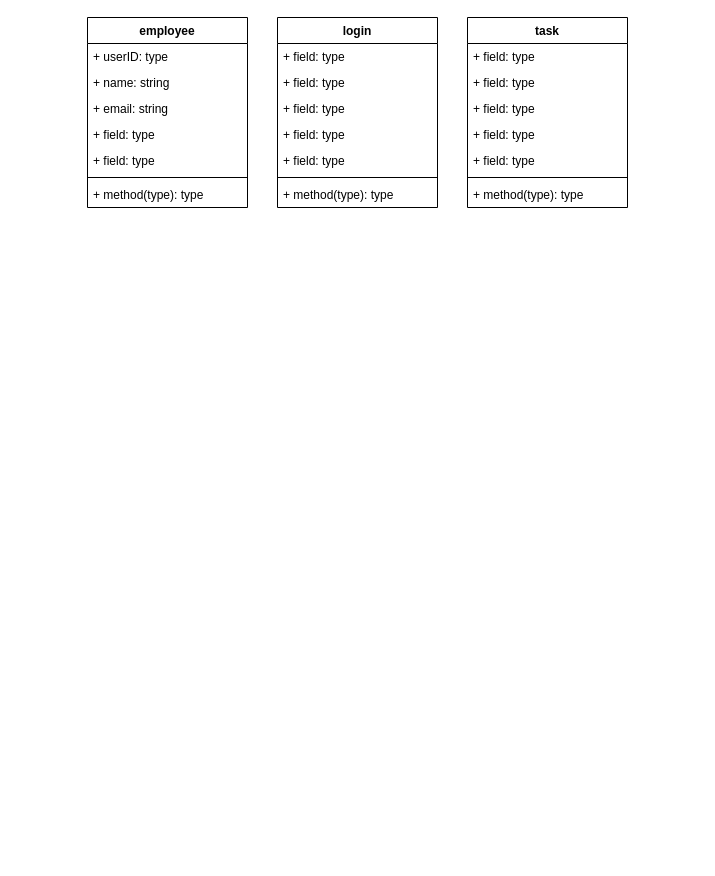
Earlier version of the draw.io diagram page "C4" (4 of 4) of C4.drawio (casecasee/SPM-G8T5). Source tidied: cells renumbered, new cells numbered last; positions are measured from the earlier drawing's top-left corner, leaving out a move shared by most shapes. Both pictures are drawn from the tidied source at 100%, with x=0, y=0 at pixel (87, 17).
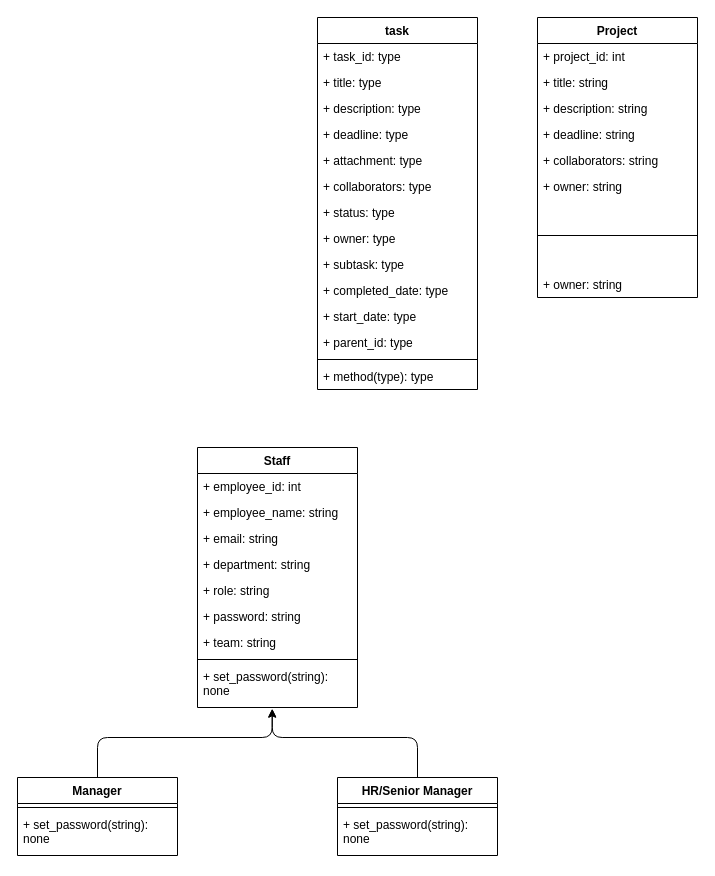
The same diagram, later.

Change to the diagram source:
```diff
@@
-    <mxCell id="2" value="login" style="swimlane;fontStyle=1;align=center;verticalAlign=top;horizontal=1;startSize=26;whiteSpace=wrap;html=1;" parent="1" vertex="1">
-      <mxGeometry x="190" width="160" height="190" as="geometry" />
-    </mxCell>
-    <mxCell id="3" value="+ field: type" style="text;strokeColor=none;fillColor=none;align=left;verticalAlign=top;spacingLeft=4;spacingRight=4;overflow=hidden;whiteSpace=wrap;html=1;" parent="2" vertex="1">
-      <mxGeometry y="26" width="160" height="26" as="geometry" />
-    </mxCell>
-    <mxCell id="4" value="+ field: type" style="text;strokeColor=none;fillColor=none;align=left;verticalAlign=top;spacingLeft=4;spacingRight=4;overflow=hidden;whiteSpace=wrap;html=1;" parent="2" vertex="1">
-      <mxGeometry y="52" width="160" height="26" as="geometry" />
-    </mxCell>
-    <mxCell id="5" value="+ field: type" style="text;strokeColor=none;fillColor=none;align=left;verticalAlign=top;spacingLeft=4;spacingRight=4;overflow=hidden;whiteSpace=wrap;html=1;" parent="2" vertex="1">
-      <mxGeometry y="78" width="160" height="26" as="geometry" />
-    </mxCell>
-    <mxCell id="6" value="+ field: type" style="text;strokeColor=none;fillColor=none;align=left;verticalAlign=top;spacingLeft=4;spacingRight=4;overflow=hidden;whiteSpace=wrap;html=1;" parent="2" vertex="1">
-      <mxGeometry y="104" width="160" height="26" as="geometry" />
-    </mxCell>
-    <mxCell id="7" value="+ field: type" style="text;strokeColor=none;fillColor=none;align=left;verticalAlign=top;spacingLeft=4;spacingRight=4;overflow=hidden;whiteSpace=wrap;html=1;" parent="2" vertex="1">
-      <mxGeometry y="130" width="160" height="26" as="geometry" />
-    </mxCell>
-    <mxCell id="8" style="line;strokeWidth=1;fillColor=none;align=left;verticalAlign=middle;spacingTop=-1;spacingLeft=3;spacingRight=3;labelPosition=right;strokeColor=inherit;" parent="2" vertex="1">
-      <mxGeometry y="156" width="160" height="8" as="geometry" />
-    </mxCell>
-    <mxCell id="9" value="+ method(type): type" style="text;strokeColor=none;fillColor=none;align=left;verticalAlign=top;spacingLeft=4;spacingRight=4;overflow=hidden;whiteSpace=wrap;html=1;" parent="2" vertex="1">
-      <mxGeometry y="164" width="160" height="26" as="geometry" />
-    </mxCell>
-    <mxCell id="10" value="employee" style="swimlane;fontStyle=1;align=center;verticalAlign=top;horizontal=1;startSize=26;whiteSpace=wrap;html=1;" parent="1" vertex="1">
-      <mxGeometry width="160" height="190" as="geometry" />
+    <mxCell id="10" value="Staff" style="swimlane;fontStyle=1;align=center;verticalAlign=top;horizontal=1;startSize=26;whiteSpace=wrap;html=1;" parent="1" vertex="1">
+      <mxGeometry x="110" y="430" width="160" height="260" as="geometry" />
     </mxCell>
-    <mxCell id="11" value="+ userID: type" style="text;strokeColor=none;fillColor=none;align=left;verticalAlign=top;spacingLeft=4;spacingRight=4;overflow=hidden;whiteSpace=wrap;html=1;" parent="10" vertex="1">
+    <mxCell id="11" value="+ employee_id: int" style="text;strokeColor=none;fillColor=none;align=left;verticalAlign=top;spacingLeft=4;spacingRight=4;overflow=hidden;whiteSpace=wrap;html=1;" parent="10" vertex="1">
       <mxGeometry y="26" width="160" height="26" as="geometry" />
     </mxCell>
-    <mxCell id="12" value="+ name: string" style="text;strokeColor=none;fillColor=none;align=left;verticalAlign=top;spacingLeft=4;spacingRight=4;overflow=hidden;whiteSpace=wrap;html=1;" parent="10" vertex="1">
+    <mxCell id="12" value="+ employee_name: string" style="text;strokeColor=none;fillColor=none;align=left;verticalAlign=top;spacingLeft=4;spacingRight=4;overflow=hidden;whiteSpace=wrap;html=1;" parent="10" vertex="1">
       <mxGeometry y="52" width="160" height="26" as="geometry" />
     </mxCell>
@@
-    <mxCell id="14" value="+ field: type" style="text;strokeColor=none;fillColor=none;align=left;verticalAlign=top;spacingLeft=4;spacingRight=4;overflow=hidden;whiteSpace=wrap;html=1;" parent="10" vertex="1">
+    <mxCell id="14" value="+ department: string" style="text;strokeColor=none;fillColor=none;align=left;verticalAlign=top;spacingLeft=4;spacingRight=4;overflow=hidden;whiteSpace=wrap;html=1;" parent="10" vertex="1">
       <mxGeometry y="104" width="160" height="26" as="geometry" />
     </mxCell>
+    <mxCell id="26" value="+ role: string" style="text;strokeColor=none;fillColor=none;align=left;verticalAlign=top;spacingLeft=4;spacingRight=4;overflow=hidden;whiteSpace=wrap;html=1;" parent="10" vertex="1">
+      <mxGeometry y="130" width="160" height="26" as="geometry" />
+    </mxCell>
+    <mxCell id="27" value="+ password: string" style="text;strokeColor=none;fillColor=none;align=left;verticalAlign=top;spacingLeft=4;spacingRight=4;overflow=hidden;whiteSpace=wrap;html=1;" parent="10" vertex="1">
+      <mxGeometry y="156" width="160" height="26" as="geometry" />
+    </mxCell>
-    <mxCell id="15" value="+ field: type" style="text;strokeColor=none;fillColor=none;align=left;verticalAlign=top;spacingLeft=4;spacingRight=4;overflow=hidden;whiteSpace=wrap;html=1;" parent="10" vertex="1">
-      <mxGeometry y="130" width="160" height="26" as="geometry" />
+    <mxCell id="15" value="+ team: string" style="text;strokeColor=none;fillColor=none;align=left;verticalAlign=top;spacingLeft=4;spacingRight=4;overflow=hidden;whiteSpace=wrap;html=1;" parent="10" vertex="1">
+      <mxGeometry y="182" width="160" height="26" as="geometry" />
     </mxCell>
     <mxCell id="16" style="line;strokeWidth=1;fillColor=none;align=left;verticalAlign=middle;spacingTop=-1;spacingLeft=3;spacingRight=3;labelPosition=right;strokeColor=inherit;" parent="10" vertex="1">
-      <mxGeometry y="156" width="160" height="8" as="geometry" />
+      <mxGeometry y="208" width="160" height="8" as="geometry" />
     </mxCell>
-    <mxCell id="17" value="+ method(type): type" style="text;strokeColor=none;fillColor=none;align=left;verticalAlign=top;spacingLeft=4;spacingRight=4;overflow=hidden;points=[[0,0.5],[1,0.5]];portConstraint=eastwest;whiteSpace=wrap;html=1;" parent="10" vertex="1">
-      <mxGeometry y="164" width="160" height="26" as="geometry" />
+    <mxCell id="17" value="+ set_password(string): none" style="text;strokeColor=none;fillColor=none;align=left;verticalAlign=top;spacingLeft=4;spacingRight=4;overflow=hidden;points=[[0,0.5],[1,0.5]];portConstraint=eastwest;whiteSpace=wrap;html=1;" parent="10" vertex="1">
+      <mxGeometry y="216" width="160" height="44" as="geometry" />
     </mxCell>
     <mxCell id="18" value="task" style="swimlane;fontStyle=1;align=center;verticalAlign=top;horizontal=1;startSize=26;whiteSpace=wrap;html=1;" parent="1" vertex="1">
-      <mxGeometry x="380" width="160" height="190" as="geometry" />
+      <mxGeometry x="230" width="160" height="372" as="geometry" />
     </mxCell>
-    <mxCell id="19" value="+ field: type" style="text;strokeColor=none;fillColor=none;align=left;verticalAlign=top;spacingLeft=4;spacingRight=4;overflow=hidden;whiteSpace=wrap;html=1;" parent="18" vertex="1">
+    <mxCell id="19" value="+ task_id: type" style="text;strokeColor=none;fillColor=none;align=left;verticalAlign=top;spacingLeft=4;spacingRight=4;overflow=hidden;whiteSpace=wrap;html=1;" parent="18" vertex="1">
       <mxGeometry y="26" width="160" height="26" as="geometry" />
     </mxCell>
-    <mxCell id="20" value="+ field: type" style="text;strokeColor=none;fillColor=none;align=left;verticalAlign=top;spacingLeft=4;spacingRight=4;overflow=hidden;whiteSpace=wrap;html=1;" parent="18" vertex="1">
+    <mxCell id="20" value="+ title: type" style="text;strokeColor=none;fillColor=none;align=left;verticalAlign=top;spacingLeft=4;spacingRight=4;overflow=hidden;whiteSpace=wrap;html=1;" parent="18" vertex="1">
       <mxGeometry y="52" width="160" height="26" as="geometry" />
     </mxCell>
-    <mxCell id="21" value="+ field: type" style="text;strokeColor=none;fillColor=none;align=left;verticalAlign=top;spacingLeft=4;spacingRight=4;overflow=hidden;whiteSpace=wrap;html=1;" parent="18" vertex="1">
+    <mxCell id="21" value="+ description: type" style="text;strokeColor=none;fillColor=none;align=left;verticalAlign=top;spacingLeft=4;spacingRight=4;overflow=hidden;whiteSpace=wrap;html=1;" parent="18" vertex="1">
       <mxGeometry y="78" width="160" height="26" as="geometry" />
     </mxCell>
-    <mxCell id="22" value="+ field: type" style="text;strokeColor=none;fillColor=none;align=left;verticalAlign=top;spacingLeft=4;spacingRight=4;overflow=hidden;whiteSpace=wrap;html=1;" parent="18" vertex="1">
+    <mxCell id="22" value="+ deadline: type" style="text;strokeColor=none;fillColor=none;align=left;verticalAlign=top;spacingLeft=4;spacingRight=4;overflow=hidden;whiteSpace=wrap;html=1;" parent="18" vertex="1">
       <mxGeometry y="104" width="160" height="26" as="geometry" />
     </mxCell>
-    <mxCell id="23" value="+ field: type" style="text;strokeColor=none;fillColor=none;align=left;verticalAlign=top;spacingLeft=4;spacingRight=4;overflow=hidden;whiteSpace=wrap;html=1;" parent="18" vertex="1">
+    <mxCell id="23" value="+ attachment: type" style="text;strokeColor=none;fillColor=none;align=left;verticalAlign=top;spacingLeft=4;spacingRight=4;overflow=hidden;whiteSpace=wrap;html=1;" parent="18" vertex="1">
       <mxGeometry y="130" width="160" height="26" as="geometry" />
     </mxCell>
+    <mxCell id="28" value="+ collaborators: type" style="text;strokeColor=none;fillColor=none;align=left;verticalAlign=top;spacingLeft=4;spacingRight=4;overflow=hidden;whiteSpace=wrap;html=1;" parent="18" vertex="1">
+      <mxGeometry y="156" width="160" height="26" as="geometry" />
+    </mxCell>
+    <mxCell id="29" value="+ status: type" style="text;strokeColor=none;fillColor=none;align=left;verticalAlign=top;spacingLeft=4;spacingRight=4;overflow=hidden;whiteSpace=wrap;html=1;" parent="18" vertex="1">
+      <mxGeometry y="182" width="160" height="26" as="geometry" />
+    </mxCell>
+    <mxCell id="30" value="+ owner: type" style="text;strokeColor=none;fillColor=none;align=left;verticalAlign=top;spacingLeft=4;spacingRight=4;overflow=hidden;whiteSpace=wrap;html=1;" parent="18" vertex="1">
+      <mxGeometry y="208" width="160" height="26" as="geometry" />
+    </mxCell>
+    <mxCell id="31" value="+ subtask: type" style="text;strokeColor=none;fillColor=none;align=left;verticalAlign=top;spacingLeft=4;spacingRight=4;overflow=hidden;whiteSpace=wrap;html=1;" parent="18" vertex="1">
+      <mxGeometry y="234" width="160" height="26" as="geometry" />
+    </mxCell>
+    <mxCell id="32" value="+ completed_date: type" style="text;strokeColor=none;fillColor=none;align=left;verticalAlign=top;spacingLeft=4;spacingRight=4;overflow=hidden;whiteSpace=wrap;html=1;" parent="18" vertex="1">
+      <mxGeometry y="260" width="160" height="26" as="geometry" />
+    </mxCell>
+    <mxCell id="33" value="+ start_date: type" style="text;strokeColor=none;fillColor=none;align=left;verticalAlign=top;spacingLeft=4;spacingRight=4;overflow=hidden;whiteSpace=wrap;html=1;" parent="18" vertex="1">
+      <mxGeometry y="286" width="160" height="26" as="geometry" />
+    </mxCell>
+    <mxCell id="34" value="+ parent_id: type" style="text;strokeColor=none;fillColor=none;align=left;verticalAlign=top;spacingLeft=4;spacingRight=4;overflow=hidden;whiteSpace=wrap;html=1;" parent="18" vertex="1">
+      <mxGeometry y="312" width="160" height="26" as="geometry" />
+    </mxCell>
     <mxCell id="24" style="line;strokeWidth=1;fillColor=none;align=left;verticalAlign=middle;spacingTop=-1;spacingLeft=3;spacingRight=3;labelPosition=right;strokeColor=inherit;" parent="18" vertex="1">
-      <mxGeometry y="156" width="160" height="8" as="geometry" />
+      <mxGeometry y="338" width="160" height="8" as="geometry" />
     </mxCell>
     <mxCell id="25" value="+ method(type): type" style="text;strokeColor=none;fillColor=none;align=left;verticalAlign=top;spacingLeft=4;spacingRight=4;overflow=hidden;whiteSpace=wrap;html=1;" parent="18" vertex="1">
-      <mxGeometry y="164" width="160" height="26" as="geometry" />
+      <mxGeometry y="346" width="160" height="26" as="geometry" />
     </mxCell>
+    <mxCell id="35" value="Project" style="swimlane;fontStyle=1;align=center;verticalAlign=top;horizontal=1;startSize=26;whiteSpace=wrap;html=1;" parent="1" vertex="1">
+      <mxGeometry x="450" width="160" height="280" as="geometry" />
+    </mxCell>
+    <mxCell id="36" value="+ project_id: int" style="text;strokeColor=none;fillColor=none;align=left;verticalAlign=top;spacingLeft=4;spacingRight=4;overflow=hidden;whiteSpace=wrap;html=1;" parent="35" vertex="1">
+      <mxGeometry y="26" width="160" height="26" as="geometry" />
+    </mxCell>
+    <mxCell id="37" value="+ title: string" style="text;strokeColor=none;fillColor=none;align=left;verticalAlign=top;spacingLeft=4;spacingRight=4;overflow=hidden;whiteSpace=wrap;html=1;" parent="35" vertex="1">
+      <mxGeometry y="52" width="160" height="26" as="geometry" />
+    </mxCell>
+    <mxCell id="38" value="+ description: string" style="text;strokeColor=none;fillColor=none;align=left;verticalAlign=top;spacingLeft=4;spacingRight=4;overflow=hidden;whiteSpace=wrap;html=1;" parent="35" vertex="1">
+      <mxGeometry y="78" width="160" height="26" as="geometry" />
+    </mxCell>
+    <mxCell id="39" value="+ deadline: string" style="text;strokeColor=none;fillColor=none;align=left;verticalAlign=top;spacingLeft=4;spacingRight=4;overflow=hidden;whiteSpace=wrap;html=1;" parent="35" vertex="1">
+      <mxGeometry y="104" width="160" height="26" as="geometry" />
+    </mxCell>
+    <mxCell id="40" value="+ collaborators: string" style="text;strokeColor=none;fillColor=none;align=left;verticalAlign=top;spacingLeft=4;spacingRight=4;overflow=hidden;whiteSpace=wrap;html=1;" parent="35" vertex="1">
+      <mxGeometry y="130" width="160" height="26" as="geometry" />
+    </mxCell>
+    <mxCell id="41" value="+ owner: string" style="text;strokeColor=none;fillColor=none;align=left;verticalAlign=top;spacingLeft=4;spacingRight=4;overflow=hidden;whiteSpace=wrap;html=1;" parent="35" vertex="1">
+      <mxGeometry y="156" width="160" height="26" as="geometry" />
+    </mxCell>
+    <mxCell id="42" style="line;strokeWidth=1;fillColor=none;align=left;verticalAlign=middle;spacingTop=-1;spacingLeft=3;spacingRight=3;labelPosition=right;strokeColor=inherit;" parent="35" vertex="1">
+      <mxGeometry y="182" width="160" height="72" as="geometry" />
+    </mxCell>
+    <mxCell id="43" value="+ owner: string" style="text;strokeColor=none;fillColor=none;align=left;verticalAlign=top;spacingLeft=4;spacingRight=4;overflow=hidden;whiteSpace=wrap;html=1;" parent="35" vertex="1">
+      <mxGeometry y="254" width="160" height="26" as="geometry" />
+    </mxCell>
+    <mxCell id="44" style="edgeStyle=orthogonalEdgeStyle;html=1;exitX=0.5;exitY=0;exitDx=0;exitDy=0;entryX=0.467;entryY=1.027;entryDx=0;entryDy=0;entryPerimeter=0;" parent="1" edge="1" source="45" target="17">
+      <mxGeometry relative="1" as="geometry">
+        <Array as="points">
+          <mxPoint x="10" y="720" />
+          <mxPoint x="185" y="720" />
+        </Array>
+      </mxGeometry>
+    </mxCell>
+    <mxCell id="45" value="Manager" style="swimlane;fontStyle=1;align=center;verticalAlign=top;horizontal=1;startSize=26;whiteSpace=wrap;html=1;" parent="1" vertex="1">
+      <mxGeometry x="-70" y="760" width="160" height="78" as="geometry" />
+    </mxCell>
+    <mxCell id="46" style="line;strokeWidth=1;fillColor=none;align=left;verticalAlign=middle;spacingTop=-1;spacingLeft=3;spacingRight=3;labelPosition=right;strokeColor=inherit;" parent="45" vertex="1">
+      <mxGeometry y="26" width="160" height="8" as="geometry" />
+    </mxCell>
+    <mxCell id="47" value="+ set_password(string): none" style="text;strokeColor=none;fillColor=none;align=left;verticalAlign=top;spacingLeft=4;spacingRight=4;overflow=hidden;whiteSpace=wrap;html=1;" parent="45" vertex="1">
+      <mxGeometry y="34" width="160" height="44" as="geometry" />
+    </mxCell>
+    <mxCell id="48" style="edgeStyle=orthogonalEdgeStyle;html=1;exitX=0.5;exitY=0;exitDx=0;exitDy=0;entryX=0.467;entryY=1.041;entryDx=0;entryDy=0;entryPerimeter=0;" parent="1" edge="1" source="49" target="17">
+      <mxGeometry relative="1" as="geometry">
+        <Array as="points">
+          <mxPoint x="330" y="720" />
+          <mxPoint x="185" y="720" />
+        </Array>
+      </mxGeometry>
+    </mxCell>
+    <mxCell id="49" value="HR/Senior Manager" style="swimlane;fontStyle=1;align=center;verticalAlign=top;horizontal=1;startSize=26;whiteSpace=wrap;html=1;" parent="1" vertex="1">
+      <mxGeometry x="250" y="760" width="160" height="78" as="geometry" />
+    </mxCell>
+    <mxCell id="50" style="line;strokeWidth=1;fillColor=none;align=left;verticalAlign=middle;spacingTop=-1;spacingLeft=3;spacingRight=3;labelPosition=right;strokeColor=inherit;" parent="49" vertex="1">
+      <mxGeometry y="26" width="160" height="8" as="geometry" />
+    </mxCell>
+    <mxCell id="51" value="+ set_password(string): none" style="text;strokeColor=none;fillColor=none;align=left;verticalAlign=top;spacingLeft=4;spacingRight=4;overflow=hidden;whiteSpace=wrap;html=1;" parent="49" vertex="1">
+      <mxGeometry y="34" width="160" height="44" as="geometry" />
+    </mxCell>
```
